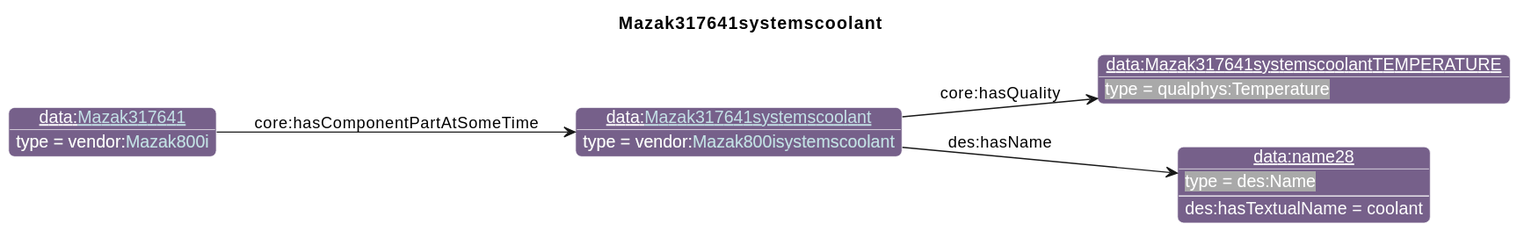
Earlier version of the PlantUML export diagrams/Mazak317641systemscoolant.svg (iofoundry/example-syseng-mtconnect).
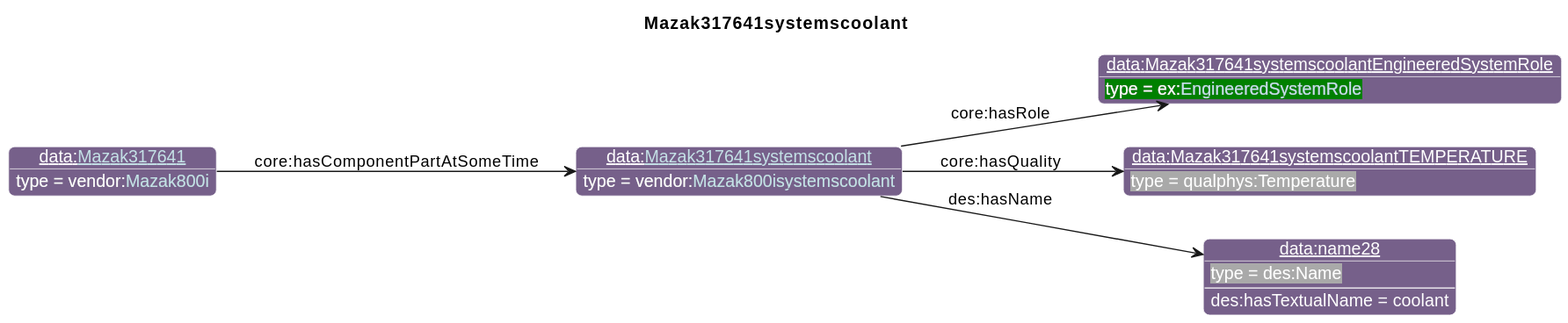
The same file after the commit.

What changed in the source:
```diff
@@ -26,11 +26,13 @@
                       "qp":"641B2E"
       }
 individual(o0, data:[[./Mazak317641systemscoolant.html Mazak317641systemscoolant]], vendor:[[../Mazak.html#Mazak800isystemscoolant Mazak800isystemscoolant]])
-individual(o1, data:Mazak317641systemscoolantTEMPERATURE, qualphys:Temperature)
-individual(o2, data:name28, des:Name)
-individual(o3, data:[[./Mazak317641.html Mazak317641]], vendor:[[../Mazak.html#Mazak800i Mazak800i]])
-property(o0, "core:hasQuality", o1)
-property(o0, "des:hasName", o2)
-data(o2, "des:hasTextualName", "coolant")
-property(o3, "core:hasComponentPartAtSomeTime", o0)
+individual(o1, data:Mazak317641systemscoolantEngineeredSystemRole, ex:[[../Example.html#EngineeredSystemRole EngineeredSystemRole]])
+individual(o2, data:Mazak317641systemscoolantTEMPERATURE, qualphys:Temperature)
+individual(o3, data:name28, des:Name)
+individual(o4, data:[[./Mazak317641.html Mazak317641]], vendor:[[../Mazak.html#Mazak800i Mazak800i]])
+property(o0, "core:hasRole", o1)
+property(o0, "core:hasQuality", o2)
+property(o0, "des:hasName", o3)
+data(o3, "des:hasTextualName", "coolant")
+property(o4, "core:hasComponentPartAtSomeTime", o0)
 @enduml
```
